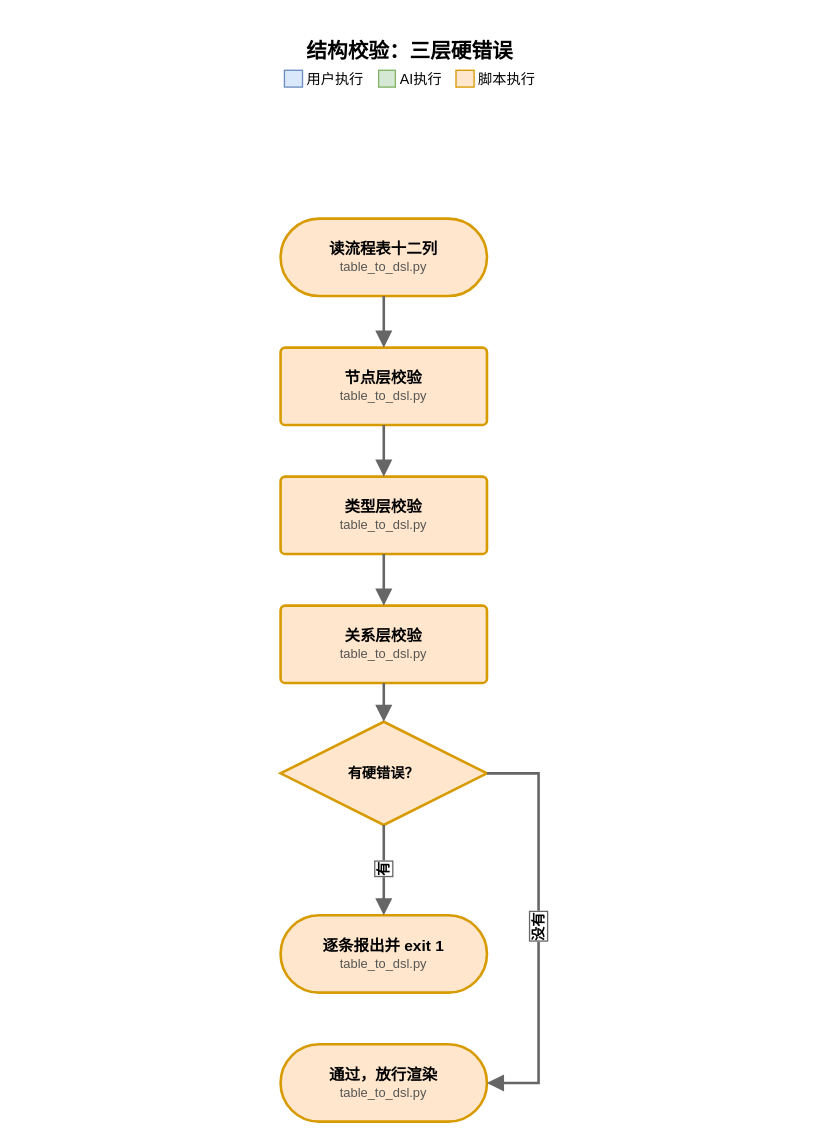
Earlier version of the draw.io diagram page "结构校验：三层硬错误" (5 of 10) of dev/baseline/workflow/workflow-flow.drawio (Luys521/flowchart-skill). Source tidied: cells renumbered, new cells numbered last; positions are measured from the earlier drawing's top-left corner, leaving out a move shared by most shapes. Both pictures are drawn from the tidied source at 129%, with x=0, y=0 at pixel (22, 22).
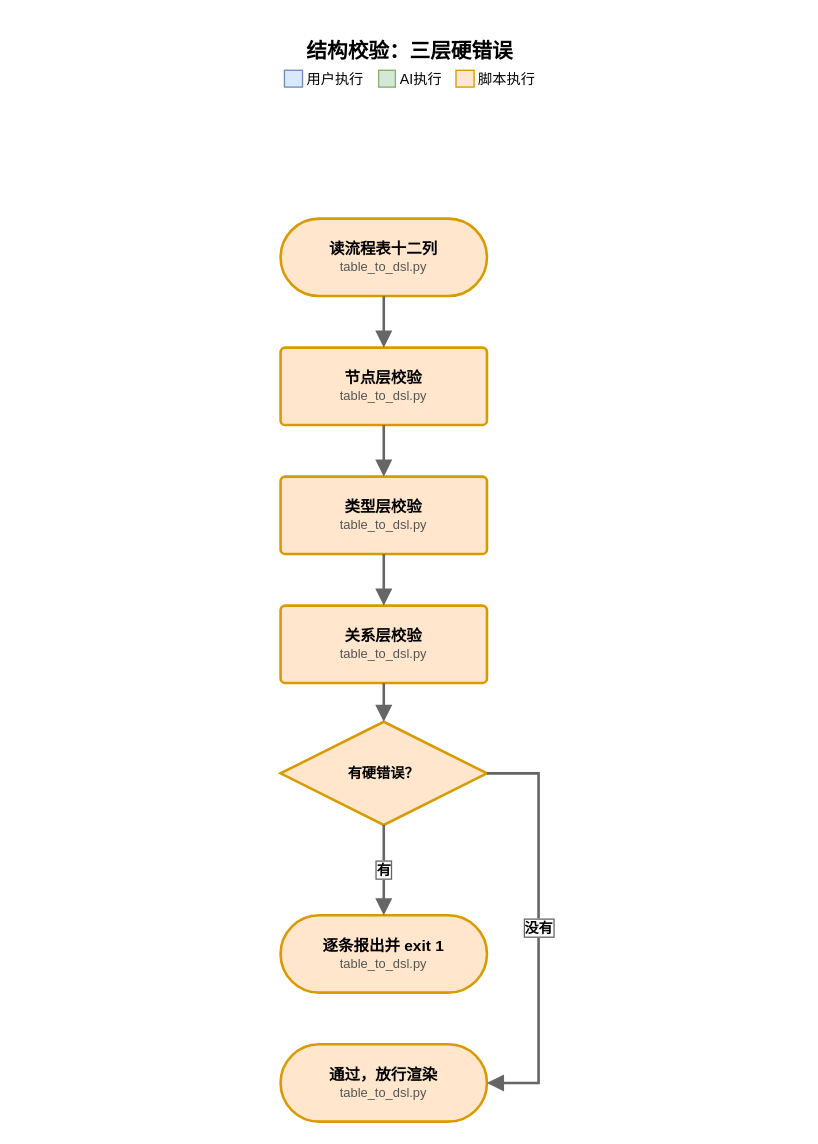
Above is the later version.

Diff of the diagram source:
```diff
@@
 <mxGraphModel>
   <root>
     <mxCell id="0" />
     <mxCell id="1" parent="0" />
     <mxCell id="2" value="结构校验：三层硬错误&lt;br&gt;&lt;span style=&quot;font-size:11px;font-weight:400&quot;&gt;&lt;span style=&quot;background:#dae8fc;border:1px solid #6c8ebf&quot;&gt;&amp;nbsp;&amp;nbsp;&amp;nbsp;&amp;nbsp;&lt;/span&gt; 用户执行　&lt;span style=&quot;background:#d5e8d4;border:1px solid #82b366&quot;&gt;&amp;nbsp;&amp;nbsp;&amp;nbsp;&amp;nbsp;&lt;/span&gt; AI执行　&lt;span style=&quot;background:#ffe6cc;border:1px solid #d79b00&quot;&gt;&amp;nbsp;&amp;nbsp;&amp;nbsp;&amp;nbsp;&lt;/span&gt; 脚本执行　&lt;/span&gt;" style="text;html=1;align=center;verticalAlign=middle;fontSize=16;fontStyle=1;fontFamily=Microsoft YaHei;" parent="1" vertex="1">
       <mxGeometry width="600" height="64" as="geometry" />
     </mxCell>
     <mxCell id="3" value="&lt;div style=&quot;font-weight:bold;&quot;&gt;读流程表十二列&lt;/div&gt;&lt;div style=&quot;color:#555555;font-size:10px;&quot;&gt;table_to_dsl.py&lt;/div&gt;" style="rounded=1;arcSize=50;whiteSpace=wrap;html=1;strokeWidth=2;fontFamily=Microsoft YaHei;verticalAlign=middle;fillColor=#ffe6cc;strokeColor=#d79b00;fontSize=12;flowchartSkillNative=1;" parent="1" vertex="1">
       <mxGeometry x="200" y="152" width="160" height="60" as="geometry" />
     </mxCell>
     <mxCell id="4" value="&lt;div style=&quot;font-weight:bold;&quot;&gt;节点层校验&lt;/div&gt;&lt;div style=&quot;color:#555555;font-size:10px;&quot;&gt;table_to_dsl.py&lt;/div&gt;" style="rounded=1;arcSize=6;whiteSpace=wrap;html=1;strokeWidth=2;fontFamily=Microsoft YaHei;verticalAlign=middle;fillColor=#ffe6cc;strokeColor=#d79b00;fontSize=12;flowchartSkillNative=1;" parent="1" vertex="1">
       <mxGeometry x="200" y="252" width="160" height="60" as="geometry" />
     </mxCell>
     <mxCell id="5" value="&lt;div style=&quot;font-weight:bold;&quot;&gt;类型层校验&lt;/div&gt;&lt;div style=&quot;color:#555555;font-size:10px;&quot;&gt;table_to_dsl.py&lt;/div&gt;" style="rounded=1;arcSize=6;whiteSpace=wrap;html=1;strokeWidth=2;fontFamily=Microsoft YaHei;verticalAlign=middle;fillColor=#ffe6cc;strokeColor=#d79b00;fontSize=12;flowchartSkillNative=1;" parent="1" vertex="1">
       <mxGeometry x="200" y="352" width="160" height="60" as="geometry" />
     </mxCell>
     <mxCell id="6" value="&lt;div style=&quot;font-weight:bold;&quot;&gt;关系层校验&lt;/div&gt;&lt;div style=&quot;color:#555555;font-size:10px;&quot;&gt;table_to_dsl.py&lt;/div&gt;" style="rounded=1;arcSize=6;whiteSpace=wrap;html=1;strokeWidth=2;fontFamily=Microsoft YaHei;verticalAlign=middle;fillColor=#ffe6cc;strokeColor=#d79b00;fontSize=12;flowchartSkillNative=1;" parent="1" vertex="1">
       <mxGeometry x="200" y="452" width="160" height="60" as="geometry" />
     </mxCell>
     <mxCell id="7" value="&lt;div style=&quot;font-weight:bold;&quot;&gt;有硬错误？&lt;/div&gt;" style="rhombus;whiteSpace=wrap;html=1;strokeWidth=2;fontFamily=Microsoft YaHei;verticalAlign=middle;fillColor=#ffe6cc;strokeColor=#d79b00;fontSize=11;flowchartSkillNative=1;" parent="1" vertex="1">
       <mxGeometry x="200" y="542" width="160" height="80" as="geometry" />
     </mxCell>
     <mxCell id="8" value="&lt;div style=&quot;font-weight:bold;&quot;&gt;逐条报出并 exit 1&lt;/div&gt;&lt;div style=&quot;color:#555555;font-size:10px;&quot;&gt;table_to_dsl.py&lt;/div&gt;" style="rounded=1;arcSize=50;whiteSpace=wrap;html=1;strokeWidth=2;fontFamily=Microsoft YaHei;verticalAlign=middle;fillColor=#ffe6cc;strokeColor=#d79b00;fontSize=12;flowchartSkillNative=1;" parent="1" vertex="1">
       <mxGeometry x="200" y="692" width="160" height="60" as="geometry" />
     </mxCell>
     <mxCell id="9" value="&lt;div style=&quot;font-weight:bold;&quot;&gt;通过，放行渲染&lt;/div&gt;&lt;div style=&quot;color:#555555;font-size:10px;&quot;&gt;table_to_dsl.py&lt;/div&gt;" style="rounded=1;arcSize=50;whiteSpace=wrap;html=1;strokeWidth=2;fontFamily=Microsoft YaHei;verticalAlign=middle;fillColor=#ffe6cc;strokeColor=#d79b00;fontSize=12;flowchartSkillNative=1;" parent="1" vertex="1">
       <mxGeometry x="200" y="792" width="160" height="60" as="geometry" />
     </mxCell>
     <mxCell id="10" style="edgeStyle=orthogonalEdgeStyle;rounded=0;jettySize=auto;html=1;exitX=0.5;exitY=1.0;entryX=0.5;entryY=0.0;endArrow=block;endFill=1;endSize=8;strokeWidth=2;strokeColor=#666666;fontSize=11;fontStyle=1;fontFamily=Microsoft YaHei;labelBackgroundColor=#ffffff;labelBorderColor=#666666;" parent="1" edge="1" source="3" target="4">
       <mxGeometry relative="1" as="geometry" />
     </mxCell>
     <mxCell id="11" style="edgeStyle=orthogonalEdgeStyle;rounded=0;jettySize=auto;html=1;exitX=0.5;exitY=1.0;entryX=0.5;entryY=0.0;endArrow=block;endFill=1;endSize=8;strokeWidth=2;strokeColor=#666666;fontSize=11;fontStyle=1;fontFamily=Microsoft YaHei;labelBackgroundColor=#ffffff;labelBorderColor=#666666;" parent="1" edge="1" source="4" target="5">
       <mxGeometry relative="1" as="geometry" />
     </mxCell>
     <mxCell id="12" style="edgeStyle=orthogonalEdgeStyle;rounded=0;jettySize=auto;html=1;exitX=0.5;exitY=1.0;entryX=0.5;entryY=0.0;endArrow=block;endFill=1;endSize=8;strokeWidth=2;strokeColor=#666666;fontSize=11;fontStyle=1;fontFamily=Microsoft YaHei;labelBackgroundColor=#ffffff;labelBorderColor=#666666;" parent="1" edge="1" source="5" target="6">
       <mxGeometry relative="1" as="geometry" />
     </mxCell>
     <mxCell id="13" style="edgeStyle=orthogonalEdgeStyle;rounded=0;jettySize=auto;html=1;exitX=0.5;exitY=1.0;entryX=0.5;entryY=0.0;endArrow=block;endFill=1;endSize=8;strokeWidth=2;strokeColor=#666666;fontSize=11;fontStyle=1;fontFamily=Microsoft YaHei;labelBackgroundColor=#ffffff;labelBorderColor=#666666;" parent="1" edge="1" source="6" target="7">
       <mxGeometry relative="1" as="geometry" />
     </mxCell>
-    <mxCell id="14" value="有" style="edgeStyle=orthogonalEdgeStyle;rounded=0;jettySize=auto;html=1;exitX=0.5;exitY=1.0;entryX=0.5;entryY=0.0;endArrow=block;endFill=1;endSize=8;strokeWidth=2;strokeColor=#666666;fontSize=11;fontStyle=1;fontFamily=Microsoft YaHei;labelBackgroundColor=#ffffff;labelBorderColor=#666666;horizontal=0;" parent="1" edge="1" source="7" target="8">
+    <mxCell id="14" value="有" style="edgeStyle=orthogonalEdgeStyle;rounded=0;jettySize=auto;html=1;exitX=0.5;exitY=1.0;entryX=0.5;entryY=0.0;endArrow=block;endFill=1;endSize=8;strokeWidth=2;strokeColor=#666666;fontSize=11;fontStyle=1;fontFamily=Microsoft YaHei;labelBackgroundColor=#ffffff;labelBorderColor=#666666;" parent="1" edge="1" source="7" target="8">
       <mxGeometry relative="1" as="geometry" />
     </mxCell>
-    <mxCell id="15" value="没有" style="edgeStyle=orthogonalEdgeStyle;rounded=0;jettySize=auto;html=1;exitX=1.0;exitY=0.5;entryX=1.0;entryY=0.5;endArrow=block;endFill=1;endSize=8;strokeWidth=2;strokeColor=#666666;fontSize=11;fontStyle=1;fontFamily=Microsoft YaHei;labelBackgroundColor=#ffffff;labelBorderColor=#666666;horizontal=0;" parent="1" edge="1" source="7" target="9">
+    <mxCell id="15" value="没有" style="edgeStyle=orthogonalEdgeStyle;rounded=0;jettySize=auto;html=1;exitX=1.0;exitY=0.5;entryX=1.0;entryY=0.5;endArrow=block;endFill=1;endSize=8;strokeWidth=2;strokeColor=#666666;fontSize=11;fontStyle=1;fontFamily=Microsoft YaHei;labelBackgroundColor=#ffffff;labelBorderColor=#666666;" parent="1" edge="1" source="7" target="9">
       <mxGeometry relative="1" as="geometry">
         <Array as="points">
           <mxPoint x="400" y="582" />
           <mxPoint x="400" y="822" />
         </Array>
       </mxGeometry>
     </mxCell>
   </root>
 </mxGraphModel>
```
